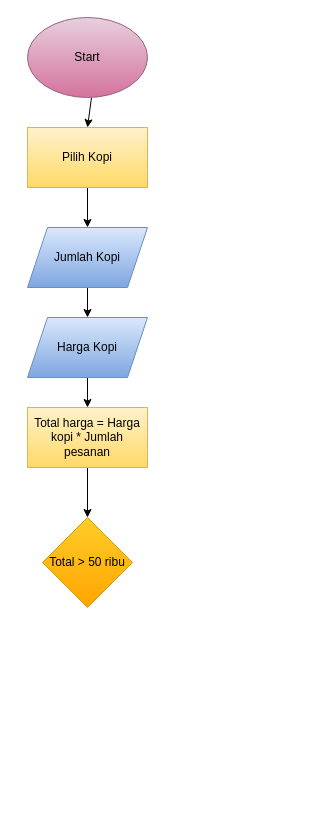
Before: flowchart.drawio in rosanovarian/Rosa_Novarian_Agninditya_Nugroho-Kalkulator_Diskon_Kopi, a draw.io diagram. Source tidied: cells renumbered, new cells numbered last; positions are measured from the earlier drawing's top-left corner, leaving out a move shared by most shapes. Both pictures are drawn from the tidied source at 100%, with x=0, y=0 at pixel (27, 17).
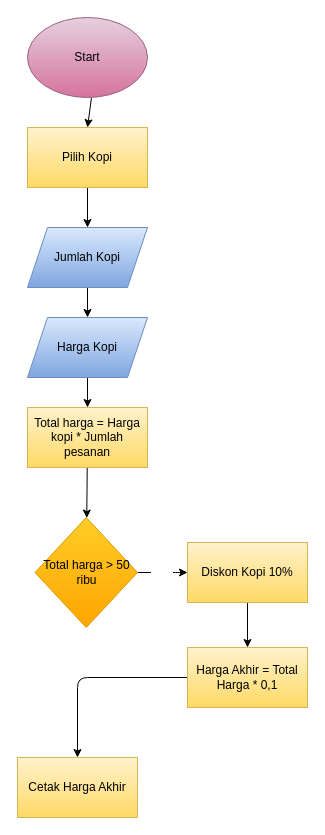
After the change.

Commit message:
Pengkondisian jika jawaban benar

Diff of the diagram source:
```diff
@@
+    <mxCell id="13" style="edgeStyle=none;html=1;fontColor=#000000;" parent="1" edge="1" source="12" target="16">
+      <mxGeometry relative="1" as="geometry">
+        <Array as="points">
+          <mxPoint x="150" y="555" />
+        </Array>
+      </mxGeometry>
+    </mxCell>
+    <mxCell id="14" value="&lt;font color=&quot;#ffffff&quot;&gt;YES&lt;/font&gt;" style="edgeLabel;html=1;align=center;verticalAlign=middle;fontColor=#000000;" parent="13" vertex="1">
+      <mxGeometry x="-0.07" y="-2" relative="1" as="geometry" />
+    </mxCell>
-    <mxCell id="12" value="&lt;font color=&quot;#000000&quot;&gt;Total &amp;gt; 50 ribu&lt;/font&gt;" style="rhombus;whiteSpace=wrap;html=1;fillColor=#ffcd28;gradientColor=#ffa500;strokeColor=#d79b00;" parent="1" vertex="1">
-      <mxGeometry x="15" y="500" width="90" height="90" as="geometry" />
+    <mxCell id="12" value="&lt;font color=&quot;#000000&quot;&gt;Total harga &amp;gt; 50 ribu&lt;/font&gt;" style="rhombus;whiteSpace=wrap;html=1;fillColor=#ffcd28;gradientColor=#ffa500;strokeColor=#d79b00;" parent="1" vertex="1">
+      <mxGeometry x="7.5" y="500" width="102.5" height="110" as="geometry" />
     </mxCell>
+    <mxCell id="15" style="edgeStyle=none;html=1;fontColor=#000000;" parent="1" edge="1" source="16" target="18">
+      <mxGeometry relative="1" as="geometry" />
+    </mxCell>
+    <mxCell id="16" value="&lt;font color=&quot;#000000&quot;&gt;Diskon Kopi 10%&lt;/font&gt;" style="rounded=0;whiteSpace=wrap;html=1;fillColor=#fff2cc;gradientColor=#ffd966;strokeColor=#d6b656;" parent="1" vertex="1">
+      <mxGeometry x="160" y="525" width="120" height="60" as="geometry" />
+    </mxCell>
+    <mxCell id="17" style="edgeStyle=none;html=1;fontColor=#000000;" parent="1" edge="1" source="18" target="19">
+      <mxGeometry relative="1" as="geometry">
+        <Array as="points">
+          <mxPoint x="50" y="660" />
+        </Array>
+      </mxGeometry>
+    </mxCell>
+    <mxCell id="18" value="&lt;font color=&quot;#000000&quot;&gt;Harga Akhir = Total Harga * 0,1&lt;/font&gt;" style="rounded=0;whiteSpace=wrap;html=1;fillColor=#fff2cc;gradientColor=#ffd966;strokeColor=#d6b656;" parent="1" vertex="1">
+      <mxGeometry x="160" y="630" width="120" height="60" as="geometry" />
+    </mxCell>
+    <mxCell id="19" value="&lt;font color=&quot;#000000&quot;&gt;Cetak Harga Akhir&lt;/font&gt;" style="rounded=0;whiteSpace=wrap;html=1;fillColor=#fff2cc;gradientColor=#ffd966;strokeColor=#d6b656;" parent="1" vertex="1">
+      <mxGeometry x="-10" y="740" width="120" height="60" as="geometry" />
+    </mxCell>
```
